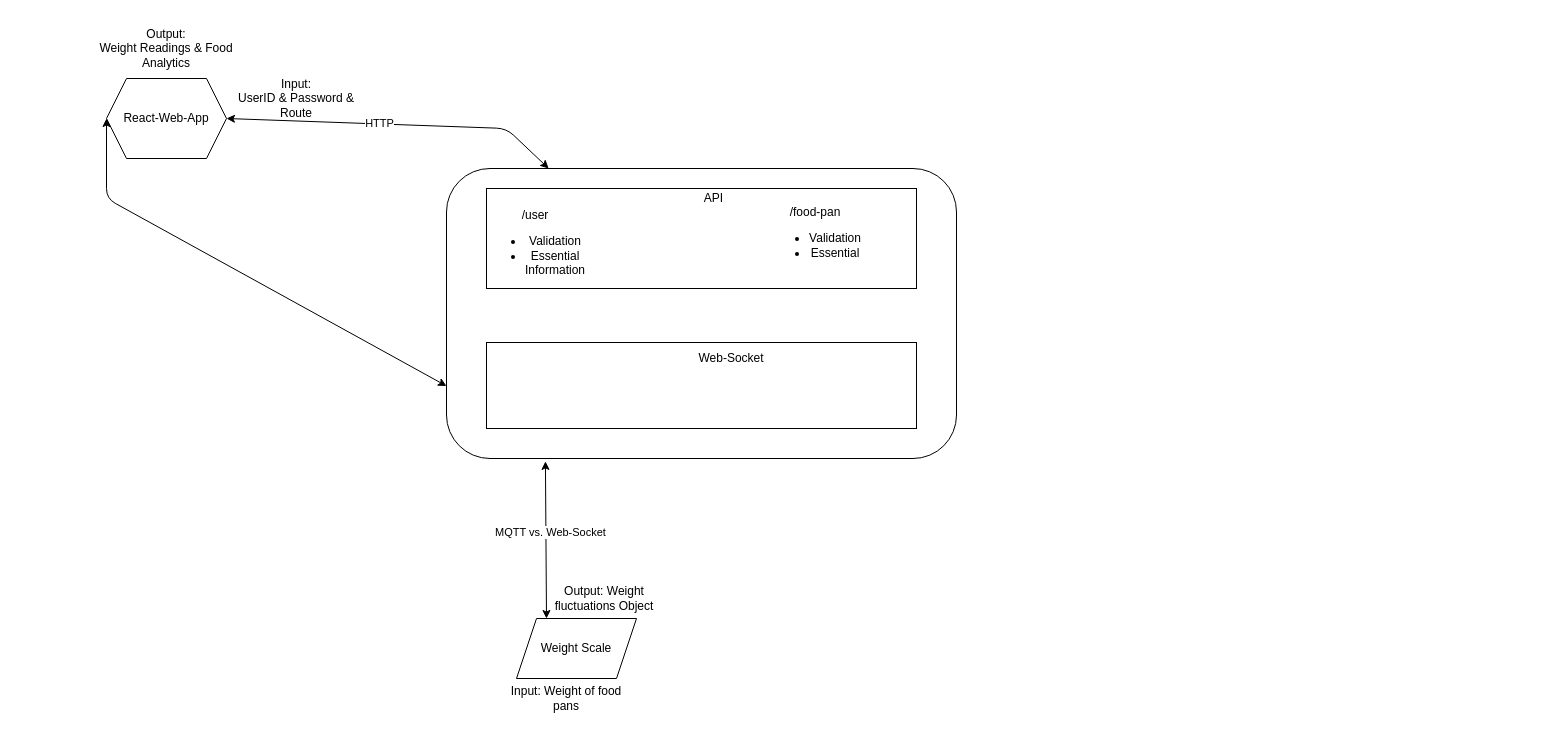
jarco0204/inverte-client-api-scripts keeps this draw.io diagram as system-architecture-inverte.drawio. Above is the earlier version. Source tidied: cells renumbered, new cells numbered last; positions are measured from the earlier drawing's top-left corner, leaving out a move shared by most shapes. Both pictures are drawn from the tidied source at 100%, with x=0, y=0 at pixel (96, 38).
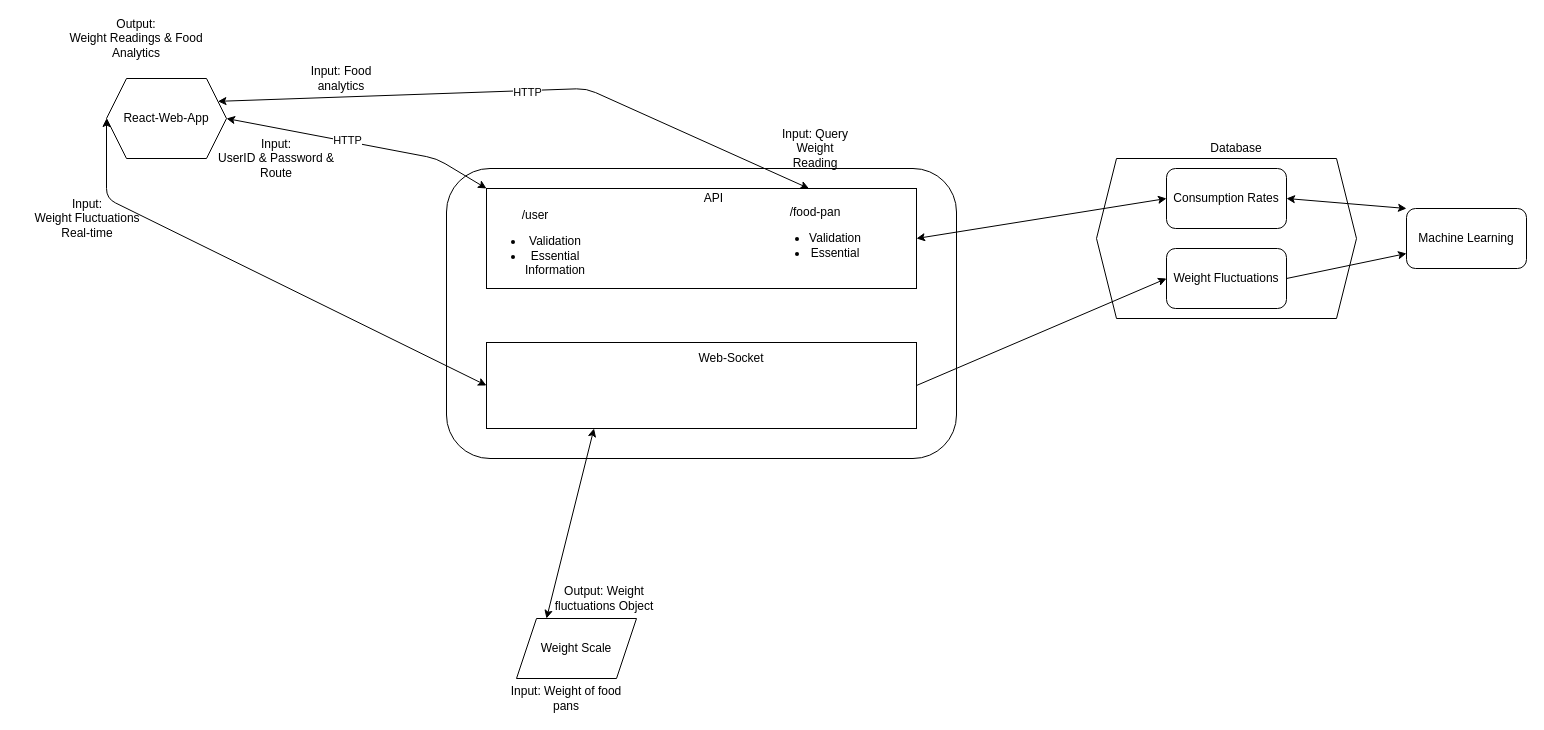
Above is the later version.

Commit message:
Final Borealis Presentation

The change refers to these unchanged cells:
```xml
<mxCell id="2" value="React-Web-App" style="shape=hexagon;perimeter=hexagonPerimeter2;whiteSpace=wrap;html=1;fixedSize=1;" parent="1" vertex="1">
  <mxGeometry x="10" y="40" width="120" height="80" as="geometry" />
</mxCell>
<mxCell id="5" style="rounded=1;whiteSpace=wrap;html=1;" parent="1" vertex="1">
  <mxGeometry x="350" y="130" width="510" height="290" as="geometry" />
</mxCell>
<mxCell id="8" value="Weight Scale" style="shape=parallelogram;perimeter=parallelogramPerimeter;whiteSpace=wrap;html=1;fixedSize=1;" parent="1" vertex="1">
  <mxGeometry x="420" y="580" width="120" height="60" as="geometry" />
</mxCell>
<mxCell id="13" style="rounded=0;whiteSpace=wrap;html=1;" parent="1" vertex="1">
  <mxGeometry x="390" y="150" width="430" height="100" as="geometry" />
</mxCell>
<mxCell id="18" style="rounded=0;whiteSpace=wrap;html=1;" parent="1" vertex="1">
  <mxGeometry x="390" y="304" width="430" height="86" as="geometry" />
</mxCell>
```

Diff of the diagram source:
```diff
@@
-    <mxCell id="3" style="endArrow=classic;startArrow=classic;html=1;entryX=1;entryY=0.5;entryDx=0;entryDy=0;" parent="1" edge="1" source="5" target="2">
-      <mxGeometry relative="1" as="geometry">
-        <Array as="points">
-          <mxPoint x="410" y="90" />
-        </Array>
-      </mxGeometry>
-    </mxCell>
-    <mxCell id="4" value="HTTP" style="edgeLabel;html=1;align=center;verticalAlign=middle;" parent="3" vertex="1">
-      <mxGeometry x="0.1" y="-1" relative="1" as="geometry" />
-    </mxCell>
@@
-    <mxCell id="6" style="endArrow=classic;startArrow=classic;html=1;entryX=0.194;entryY=1.01;entryDx=0;entryDy=0;entryPerimeter=0;exitX=0.25;exitY=0;exitDx=0;exitDy=0;" parent="1" edge="1" source="8" target="5">
+    <mxCell id="6" style="endArrow=classic;startArrow=classic;html=1;exitX=0.25;exitY=0;exitDx=0;exitDy=0;entryX=0.25;entryY=1;entryDx=0;entryDy=0;" parent="1" edge="1" source="8" target="18">
       <mxGeometry relative="1" as="geometry" />
     </mxCell>
-    <mxCell id="7" value="MQTT vs. Web-Socket" style="edgeLabel;html=1;align=center;verticalAlign=middle;" parent="6" vertex="1">
-      <mxGeometry x="0.09" y="-4" relative="1" as="geometry" />
-    </mxCell>
@@
     <mxCell id="11" value="&lt;div&gt;Output: &lt;br&gt;&lt;/div&gt;&lt;div&gt;Weight Readings &amp;amp; Food Analytics&lt;br&gt;&lt;/div&gt;" style="text;html=1;strokeColor=none;fillColor=none;align=center;verticalAlign=middle;whiteSpace=wrap;rounded=0;" parent="1" vertex="1">
-      <mxGeometry width="140" height="20" as="geometry" />
+      <mxGeometry x="-30" y="-10" width="140" height="20" as="geometry" />
     </mxCell>
     <mxCell id="12" value="&lt;div&gt;Input:&lt;/div&gt;&lt;div&gt;UserID &amp;amp; Password &amp;amp; Route&lt;br&gt;&lt;/div&gt;" style="text;html=1;strokeColor=none;fillColor=none;align=center;verticalAlign=middle;whiteSpace=wrap;rounded=0;" parent="1" vertex="1">
-      <mxGeometry x="130" y="50" width="140" height="20" as="geometry" />
+      <mxGeometry x="110" y="110" width="140" height="20" as="geometry" />
     </mxCell>
@@
-    <mxCell id="17" style="endArrow=classic;startArrow=classic;html=1;entryX=0;entryY=0.5;entryDx=0;entryDy=0;exitX=0;exitY=0.75;exitDx=0;exitDy=0;" parent="1" edge="1" source="5" target="2">
+    <mxCell id="17" style="endArrow=classic;startArrow=classic;html=1;entryX=0;entryY=0.5;entryDx=0;entryDy=0;exitX=0;exitY=0.5;exitDx=0;exitDy=0;" parent="1" edge="1" source="18" target="2">
       <mxGeometry relative="1" as="geometry">
         <Array as="points">
           <mxPoint x="10" y="160" />
         </Array>
       </mxGeometry>
     </mxCell>
@@
+    <mxCell id="20" value="&lt;div&gt;Input: &lt;br&gt;&lt;/div&gt;&lt;div&gt;Weight Fluctuations&lt;br&gt;&lt;/div&gt;&lt;div&gt;Real-time&lt;br&gt;&lt;/div&gt;" style="text;html=1;strokeColor=none;fillColor=none;align=center;verticalAlign=middle;whiteSpace=wrap;rounded=0;" parent="1" vertex="1">
+      <mxGeometry x="-79" y="170" width="140" height="20" as="geometry" />
+    </mxCell>
+    <mxCell id="21" style="shape=hexagon;perimeter=hexagonPerimeter2;whiteSpace=wrap;html=1;fixedSize=1;" parent="1" vertex="1">
+      <mxGeometry x="1000" y="120" width="260" height="160" as="geometry" />
+    </mxCell>
+    <mxCell id="22" value="Weight Fluctuations" style="rounded=1;whiteSpace=wrap;html=1;" parent="1" vertex="1">
+      <mxGeometry x="1070" y="210" width="120" height="60" as="geometry" />
+    </mxCell>
+    <mxCell id="23" value="Consumption Rates" style="rounded=1;whiteSpace=wrap;html=1;" parent="1" vertex="1">
+      <mxGeometry x="1070" y="130" width="120" height="60" as="geometry" />
+    </mxCell>
+    <mxCell id="24" value="Machine Learning" style="rounded=1;whiteSpace=wrap;html=1;" parent="1" vertex="1">
+      <mxGeometry x="1310" y="170" width="120" height="60" as="geometry" />
+    </mxCell>
+    <mxCell id="25" style="endArrow=classic;startArrow=classic;html=1;entryX=0;entryY=0.5;entryDx=0;entryDy=0;exitX=1;exitY=0.5;exitDx=0;exitDy=0;" parent="1" edge="1" source="13" target="23">
+      <mxGeometry relative="1" as="geometry" />
+    </mxCell>
+    <mxCell id="3" style="endArrow=classic;startArrow=classic;html=1;entryX=1;entryY=0.5;entryDx=0;entryDy=0;exitX=0;exitY=0;exitDx=0;exitDy=0;" parent="1" edge="1" source="13" target="2">
+      <mxGeometry relative="1" as="geometry">
+        <Array as="points">
+          <mxPoint x="340" y="120" />
+        </Array>
+      </mxGeometry>
+    </mxCell>
+    <mxCell id="4" value="HTTP" style="edgeLabel;html=1;align=center;verticalAlign=middle;" parent="3" vertex="1">
+      <mxGeometry x="0.1" y="-1" relative="1" as="geometry" />
+    </mxCell>
+    <mxCell id="26" style="endArrow=classic;html=1;exitX=1;exitY=0.5;exitDx=0;exitDy=0;entryX=0;entryY=0.75;entryDx=0;entryDy=0;" parent="1" edge="1" source="22" target="24">
+      <mxGeometry relative="1" as="geometry" />
+    </mxCell>
+    <mxCell id="27" value="Database" style="text;html=1;strokeColor=none;fillColor=none;align=center;verticalAlign=middle;whiteSpace=wrap;rounded=0;" parent="1" vertex="1">
+      <mxGeometry x="1120" y="100" width="40" height="20" as="geometry" />
+    </mxCell>
+    <mxCell id="28" style="endArrow=classic;startArrow=classic;html=1;exitX=1;exitY=0.5;exitDx=0;exitDy=0;entryX=0;entryY=0;entryDx=0;entryDy=0;" parent="1" edge="1" source="23" target="24">
+      <mxGeometry relative="1" as="geometry" />
+    </mxCell>
+    <mxCell id="29" style="endArrow=classic;html=1;exitX=1;exitY=0.5;exitDx=0;exitDy=0;entryX=0;entryY=0.5;entryDx=0;entryDy=0;" parent="1" edge="1" source="18" target="22">
+      <mxGeometry relative="1" as="geometry" />
+    </mxCell>
+    <mxCell id="30" style="endArrow=classic;startArrow=classic;html=1;exitX=1;exitY=0.25;exitDx=0;exitDy=0;entryX=0.75;entryY=0;entryDx=0;entryDy=0;" parent="1" edge="1" source="2" target="13">
+      <mxGeometry relative="1" as="geometry">
+        <Array as="points">
+          <mxPoint x="490" y="50" />
+        </Array>
+      </mxGeometry>
+    </mxCell>
+    <mxCell id="31" value="HTTP" style="edgeLabel;html=1;align=center;verticalAlign=middle;" parent="30" vertex="1">
+      <mxGeometry x="0.01" y="-1" relative="1" as="geometry" />
+    </mxCell>
+    <mxCell id="32" value="Input: Food analytics" style="text;html=1;strokeColor=none;fillColor=none;align=center;verticalAlign=middle;whiteSpace=wrap;rounded=0;" parent="1" vertex="1">
+      <mxGeometry x="210" y="30" width="70" height="20" as="geometry" />
+    </mxCell>
+    <mxCell id="33" value="Input: Query Weight Reading" style="text;html=1;strokeColor=none;fillColor=none;align=center;verticalAlign=middle;whiteSpace=wrap;rounded=0;" parent="1" vertex="1">
+      <mxGeometry x="682.8" y="100" width="72" height="20" as="geometry" />
+    </mxCell>
```
